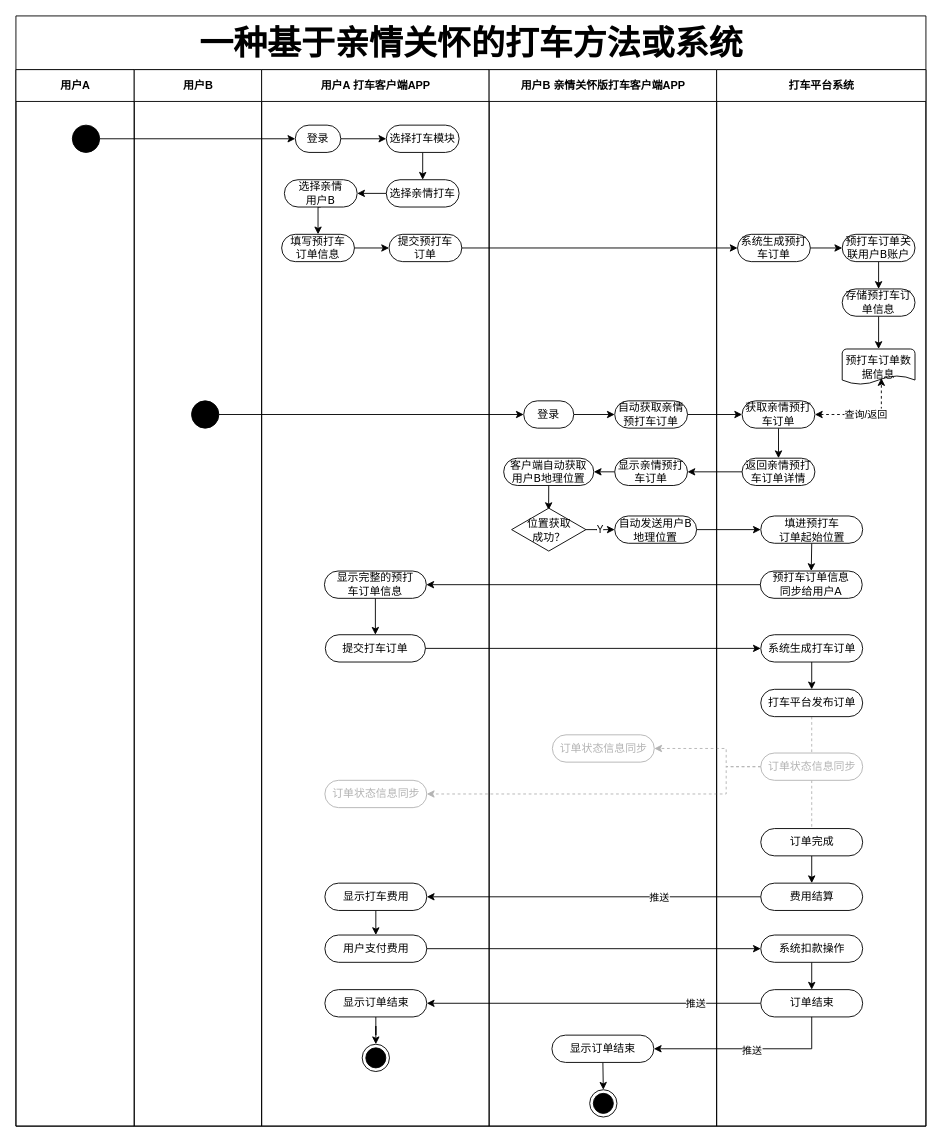
The draw.io diagram draw/情亲互助打车.drawio in befairyliu/draw.io, before the edit. Source tidied: cells renumbered, new cells numbered last; positions are measured from the earlier drawing's top-left corner, leaving out a move shared by most shapes. Both pictures are drawn from the tidied source at 91%, with x=0, y=0 at pixel (15, 15).
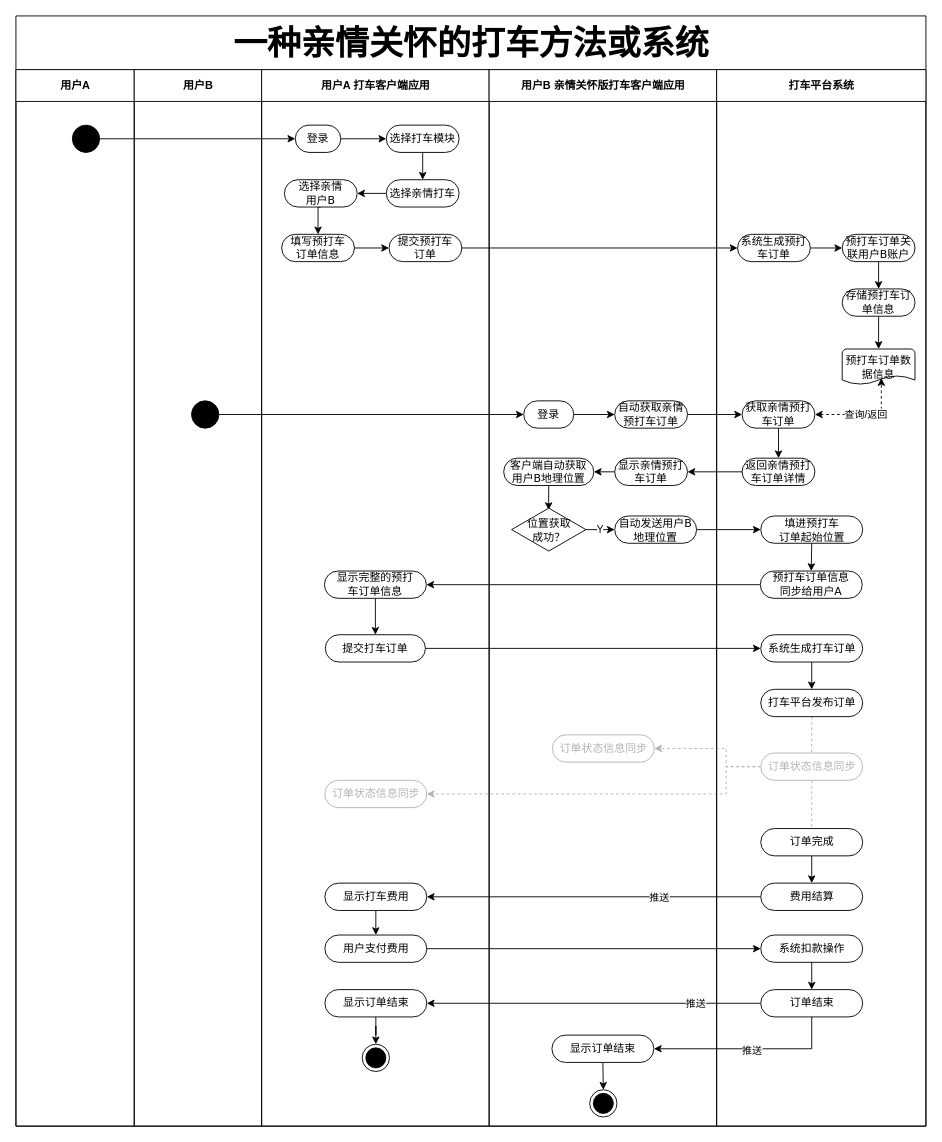
After the change.

Commit message:
Update 情亲互助打车.drawio

Change to the diagram source:
```diff
@@
-    <mxCell id="2" value="&lt;p style=&quot;margin-top: 0pt ; margin-bottom: 0pt ; direction: ltr ; unicode-bidi: embed ; vertical-align: baseline&quot;&gt;&lt;span style=&quot;font-size: 28pt&quot;&gt;一种基于&lt;/span&gt;&lt;span style=&quot;font-size: 28pt&quot;&gt;亲情关怀的打车方法或系统&lt;/span&gt;&lt;/p&gt;" style="swimlane;html=1;startSize=59;rounded=0;shadow=0;comic=0;labelBackgroundColor=none;strokeWidth=1;fontFamily=Verdana;fontSize=12;align=center;strokeColor=#000000;" parent="1" vertex="1">
+    <mxCell id="2" value="&lt;p style=&quot;margin-top: 0pt ; margin-bottom: 0pt ; direction: ltr ; unicode-bidi: embed ; vertical-align: baseline&quot;&gt;&lt;span style=&quot;font-size: 28pt&quot;&gt;一种&lt;/span&gt;&lt;span style=&quot;font-size: 28pt&quot;&gt;亲情关怀的打车方法或系统&lt;/span&gt;&lt;/p&gt;" style="swimlane;html=1;startSize=59;rounded=0;shadow=0;comic=0;labelBackgroundColor=none;strokeWidth=1;fontFamily=Verdana;fontSize=12;align=center;strokeColor=#000000;" parent="1" vertex="1">
       <mxGeometry width="1000" height="1220" as="geometry" />
     </mxCell>
@@
-    <mxCell id="12" value="用户A 打车客户端APP" style="swimlane;html=1;startSize=35;strokeColor=#000000;" parent="2" vertex="1">
+    <mxCell id="12" value="用户A 打车客户端应用" style="swimlane;html=1;startSize=35;strokeColor=#000000;" parent="2" vertex="1">
       <mxGeometry x="270" y="59" width="250" height="1161" as="geometry" />
     </mxCell>
@@
-    <mxCell id="34" value="用户B 亲情关怀版打车客户端APP" style="swimlane;html=1;startSize=35;" parent="2" vertex="1">
+    <mxCell id="34" value="用户B 亲情关怀版打车客户端应用" style="swimlane;html=1;startSize=35;" parent="2" vertex="1">
       <mxGeometry x="520" y="59" width="250" height="1161" as="geometry" />
     </mxCell>
```
